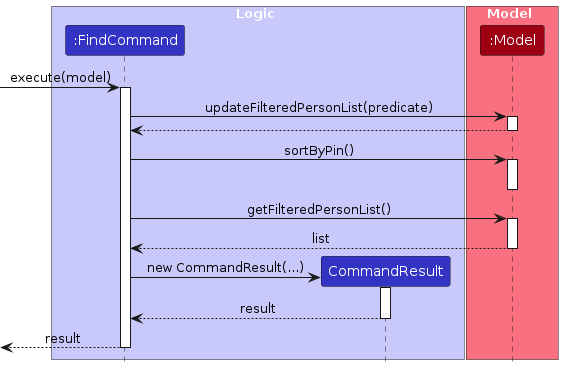
AY2425-CS2103T-T09-4/tp keeps this PlantUML diagram as diagrams/FindExecuteSequenceDiagram.png. Above is the earlier version. Its source is kept beside it as diagrams/FindExecuteSequenceDiagram.puml.
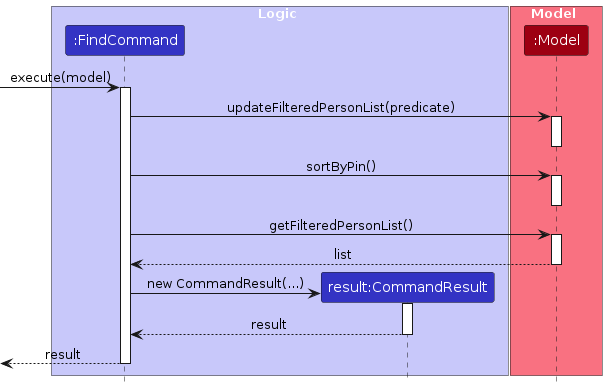
Above is the later version.

Change to the diagram source:
```diff
@@ -4,7 +4,7 @@
 
 box Logic LOGIC_COLOR_T1
 participant ":FindCommand" as FindCommand LOGIC_COLOR
-participant "CommandResult" as CommandResult LOGIC_COLOR
+participant "result:CommandResult" as CommandResult LOGIC_COLOR
 end box
 
 box Model MODEL_COLOR_T1
@@ -17,7 +17,6 @@
 
 FindCommand -> Model : updateFilteredPersonList(predicate)
 activate Model
-Model --> FindCommand
 deactivate Model
 
 FindCommand -> Model : sortByPin()
```
